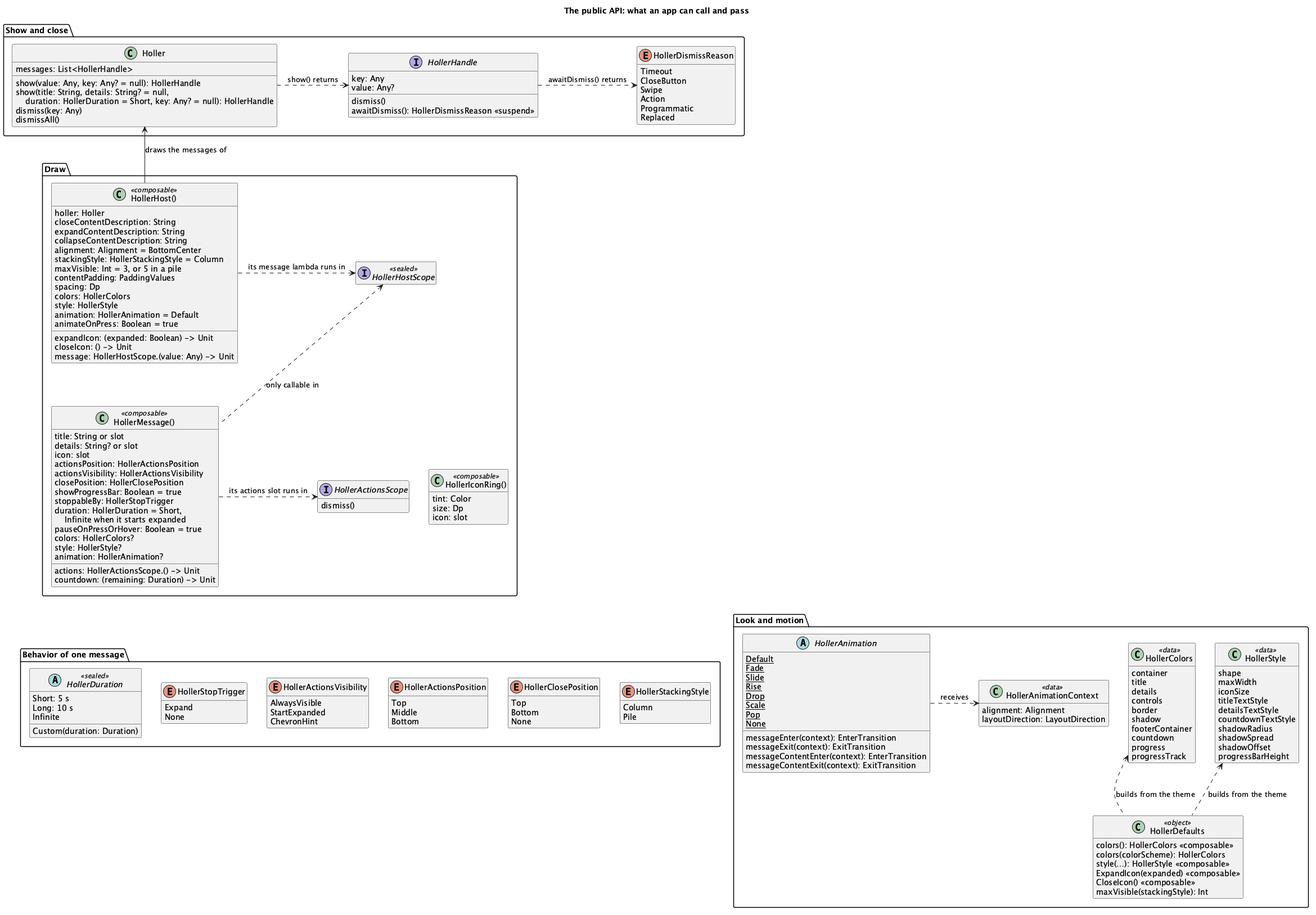
This is docs/holler-4-public-api.png from mradzinski/Holler, a PlantUML export, as it was before one commit. Its diagram source:
```plantuml
@startuml holler-4-public-api
title The public API: what an app can call and pass

skinparam shadowing false
skinparam classAttributeIconSize 0
hide empty members

package "Show and close" {

    class Holler {
        messages: List<HollerHandle>
        show(value: Any, key: Any? = null): HollerHandle
        show(title: String, details: String? = null,\n    duration: HollerDuration = Short, key: Any? = null): HollerHandle
        dismiss(key: Any)
        dismissAll()
    }

    interface HollerHandle {
        key: Any
        value: Any?
        dismiss()
        awaitDismiss(): HollerDismissReason <<suspend>>
    }

    enum HollerDismissReason {
        Timeout
        CloseButton
        Swipe
        Action
        Programmatic
        Replaced
    }
}

package "Draw" {

    class "HollerHost()" as HollerHost <<composable>> {
        holler: Holler
        closeContentDescription: String
        expandContentDescription: String
        collapseContentDescription: String
        alignment: Alignment = BottomCenter
        stackingStyle: HollerStackingStyle = Column
        maxVisible: Int = 3, or 5 in a pile
        contentPadding: PaddingValues
        spacing: Dp
        colors: HollerColors
        style: HollerStyle
        animation: HollerAnimation = Default
        animateOnPress: Boolean = true
        expandIcon: (expanded: Boolean) -> Unit
        closeIcon: () -> Unit
        message: HollerHostScope.(value: Any) -> Unit
    }

    class "HollerMessage()" as HollerMessage <<composable>> {
        title: String or slot
        details: String? or slot
        icon: slot
        actions: HollerActionsScope.() -> Unit
        countdown: (remaining: Duration) -> Unit
        actionsPosition: HollerActionsPosition
        actionsVisibility: HollerActionsVisibility
        closePosition: HollerClosePosition
        showProgressBar: Boolean = true
        stoppableBy: HollerStopTrigger
        duration: HollerDuration = Short,\n    Infinite when it starts expanded
        pauseOnPressOrHover: Boolean = true
        colors: HollerColors?
        style: HollerStyle?
        animation: HollerAnimation?
    }

    interface HollerHostScope <<sealed>>

    interface HollerActionsScope {
        dismiss()
    }

    class "HollerIconRing()" as HollerIconRing <<composable>> {
        tint: Color
        size: Dp
        icon: slot
    }
}

package "Behavior of one message" {

    abstract class HollerDuration <<sealed>> {
        Short: 5 s
        Long: 10 s
        Infinite
        Custom(duration: Duration)
    }

    enum HollerStopTrigger {
        Expand
        None
    }

    enum HollerStackingStyle {
        Column
        Pile
    }

    enum HollerActionsPosition {
        Top
        Middle
        Bottom
    }

    enum HollerClosePosition {
        Top
        Bottom
        None
    }

    enum HollerActionsVisibility {
        AlwaysVisible
        StartExpanded
        ChevronHint
    }
}

package "Look and motion" {

    class HollerColors <<data>> {
        container
        title
        details
        controls
        border
        shadow
        footerContainer
        countdown
        progress
        progressTrack
    }

    class HollerStyle <<data>> {
        shape
        maxWidth
        iconSize
        titleTextStyle
        detailsTextStyle
        countdownTextStyle
        shadowRadius
        shadowSpread
        shadowOffset
        progressBarHeight
    }

    class HollerDefaults <<object>> {
        colors(): HollerColors <<composable>>
        colors(colorScheme): HollerColors
        style(…): HollerStyle <<composable>>
        ExpandIcon(expanded) <<composable>>
        CloseIcon() <<composable>>
        maxVisible(stackingStyle): Int
    }

    abstract class HollerAnimation {
        messageEnter(context): EnterTransition
        messageExit(context): ExitTransition
        messageContentEnter(context): EnterTransition
        messageContentExit(context): ExitTransition
        {static} Default
        {static} Fade
        {static} Slide
        {static} Rise
        {static} Drop
        {static} Scale
        {static} Pop
        {static} None
    }

    class HollerAnimationContext <<data>> {
        alignment: Alignment
        layoutDirection: LayoutDirection
    }
}

Holler .right.> HollerHandle : show() returns
HollerHandle .right.> HollerDismissReason : awaitDismiss() returns

HollerHost -up-> Holler : draws the messages of
HollerHost .right.> HollerHostScope : its message lambda runs in
HollerMessage .up.> HollerHostScope : only callable in
HollerMessage .right.> HollerActionsScope : its actions slot runs in
HollerMessage -[hidden]right-> HollerIconRing

HollerDefaults .up.> HollerColors : builds from the theme
HollerDefaults .up.> HollerStyle : builds from the theme
HollerAnimation .right.> HollerAnimationContext : receives

HollerMessage -[hidden]down-> HollerDuration
HollerDuration -[hidden]right-> HollerStopTrigger
HollerStopTrigger -[hidden]right-> HollerActionsVisibility
HollerActionsVisibility -[hidden]right-> HollerActionsPosition
HollerActionsPosition -[hidden]right-> HollerClosePosition
HollerClosePosition -[hidden]right-> HollerStackingStyle
HollerActionsScope -[hidden]down-> HollerColors
HollerColors -[hidden]right-> HollerStyle
HollerStyle -[hidden]right-> HollerAnimation

@enduml
```
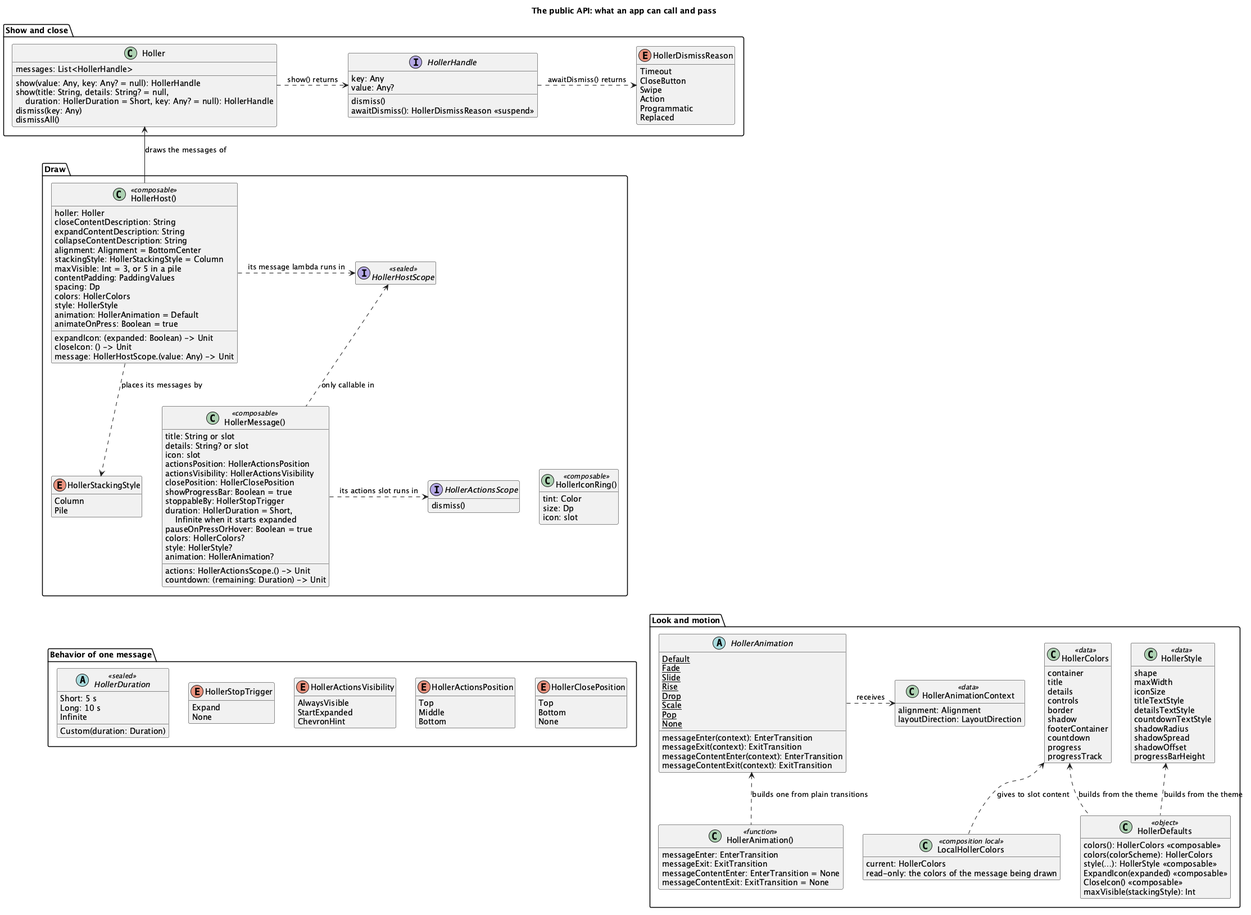
After the commit.

The edit, as a diff of the source:
```diff
@@ -82,6 +82,11 @@
         size: Dp
         icon: slot
     }
+
+    enum HollerStackingStyle {
+        Column
+        Pile
+    }
 }
 
 package "Behavior of one message" {
@@ -96,11 +101,6 @@
     enum HollerStopTrigger {
         Expand
         None
-    }
-
-    enum HollerStackingStyle {
-        Column
-        Pile
     }
 
     enum HollerActionsPosition {
@@ -150,6 +150,11 @@
         progressBarHeight
     }
 
+    class LocalHollerColors <<composition local>> {
+        current: HollerColors
+        read-only: the colors of the message being drawn
+    }
+
     class HollerDefaults <<object>> {
         colors(): HollerColors <<composable>>
         colors(colorScheme): HollerColors
@@ -174,6 +179,13 @@
         {static} None
     }
 
+    class "HollerAnimation()" as HollerAnimationFactory <<function>> {
+        messageEnter: EnterTransition
+        messageExit: ExitTransition
+        messageContentEnter: EnterTransition = None
+        messageContentExit: ExitTransition = None
+    }
+
     class HollerAnimationContext <<data>> {
         alignment: Alignment
         layoutDirection: LayoutDirection
@@ -192,13 +204,15 @@
 HollerDefaults .up.> HollerColors : builds from the theme
 HollerDefaults .up.> HollerStyle : builds from the theme
 HollerAnimation .right.> HollerAnimationContext : receives
+HollerAnimationFactory .up.> HollerAnimation : builds one from plain transitions
+LocalHollerColors .up.> HollerColors : gives to slot content
+HollerHost .down.> HollerStackingStyle : places its messages by
 
 HollerMessage -[hidden]down-> HollerDuration
 HollerDuration -[hidden]right-> HollerStopTrigger
 HollerStopTrigger -[hidden]right-> HollerActionsVisibility
 HollerActionsVisibility -[hidden]right-> HollerActionsPosition
 HollerActionsPosition -[hidden]right-> HollerClosePosition
-HollerClosePosition -[hidden]right-> HollerStackingStyle
 HollerActionsScope -[hidden]down-> HollerColors
 HollerColors -[hidden]right-> HollerStyle
 HollerStyle -[hidden]right-> HollerAnimation
```
